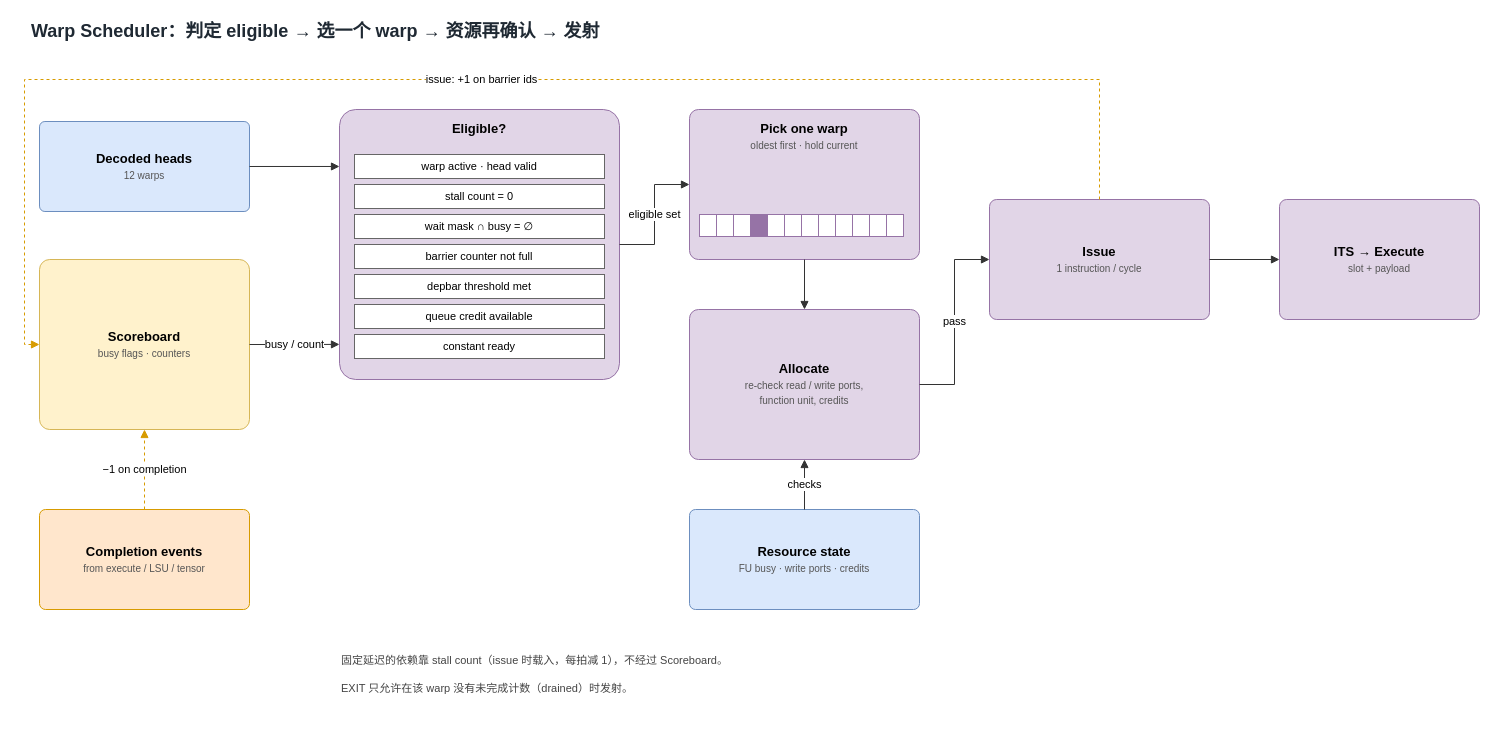
The draw.io diagram projects/currygpu_subcore_ppt169_20261004/sources/02-warp-scheduler.drawio in WHUDYF/PPT-generate, before the edit. Source tidied: cells renumbered, new cells numbered last; positions are measured from the earlier drawing's top-left corner, leaving out a move shared by most shapes. Both pictures are drawn from the tidied source at 100%, with x=0, y=0 at pixel (24, 17).
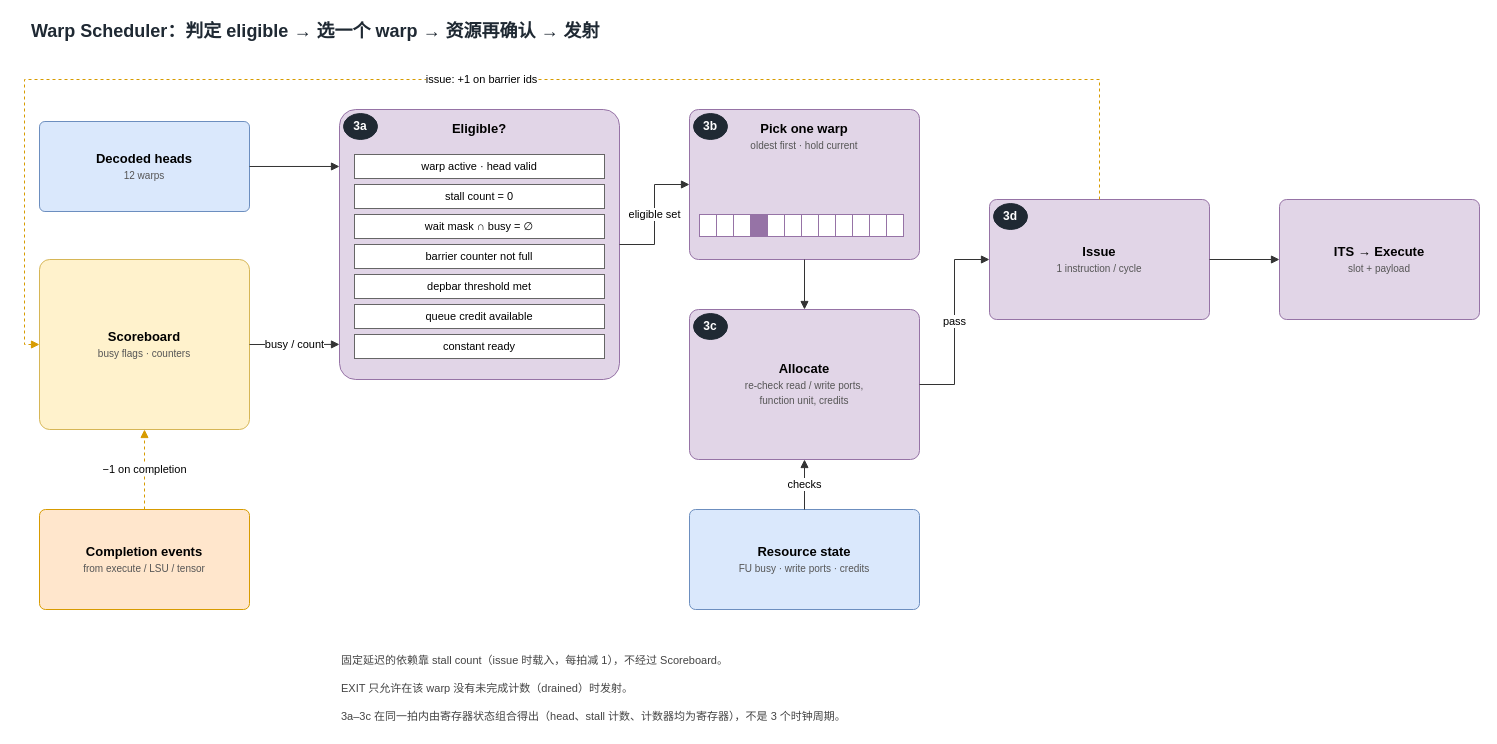
After the change.

The edit, as a diff of the source:
```diff
@@
+    <mxCell id="42" value="3a" style="ellipse;whiteSpace=wrap;html=1;fillColor=#1F2933;strokeColor=#1F2933;fontColor=#FFFFFF;fontSize=12;fontStyle=1;" parent="1" vertex="1">
+      <mxGeometry x="319" y="96" width="34" height="26" as="geometry" />
+    </mxCell>
+    <mxCell id="43" value="3b" style="ellipse;whiteSpace=wrap;html=1;fillColor=#1F2933;strokeColor=#1F2933;fontColor=#FFFFFF;fontSize=12;fontStyle=1;" parent="1" vertex="1">
+      <mxGeometry x="669" y="96" width="34" height="26" as="geometry" />
+    </mxCell>
+    <mxCell id="44" value="3c" style="ellipse;whiteSpace=wrap;html=1;fillColor=#1F2933;strokeColor=#1F2933;fontColor=#FFFFFF;fontSize=12;fontStyle=1;" parent="1" vertex="1">
+      <mxGeometry x="669" y="296" width="34" height="26" as="geometry" />
+    </mxCell>
+    <mxCell id="45" value="3d" style="ellipse;whiteSpace=wrap;html=1;fillColor=#1F2933;strokeColor=#1F2933;fontColor=#FFFFFF;fontSize=12;fontStyle=1;" parent="1" vertex="1">
+      <mxGeometry x="969" y="186" width="34" height="26" as="geometry" />
+    </mxCell>
+    <mxCell id="46" value="3a–3c 在同一拍内由寄存器状态组合得出（head、stall 计数、计数器均为寄存器），不是 3 个时钟周期。" style="text;html=1;align=left;verticalAlign=middle;whiteSpace=wrap;fontSize=11;fontColor=#444444;" parent="1" vertex="1">
+      <mxGeometry x="315" y="688" width="1100" height="22" as="geometry" />
+    </mxCell>
```
